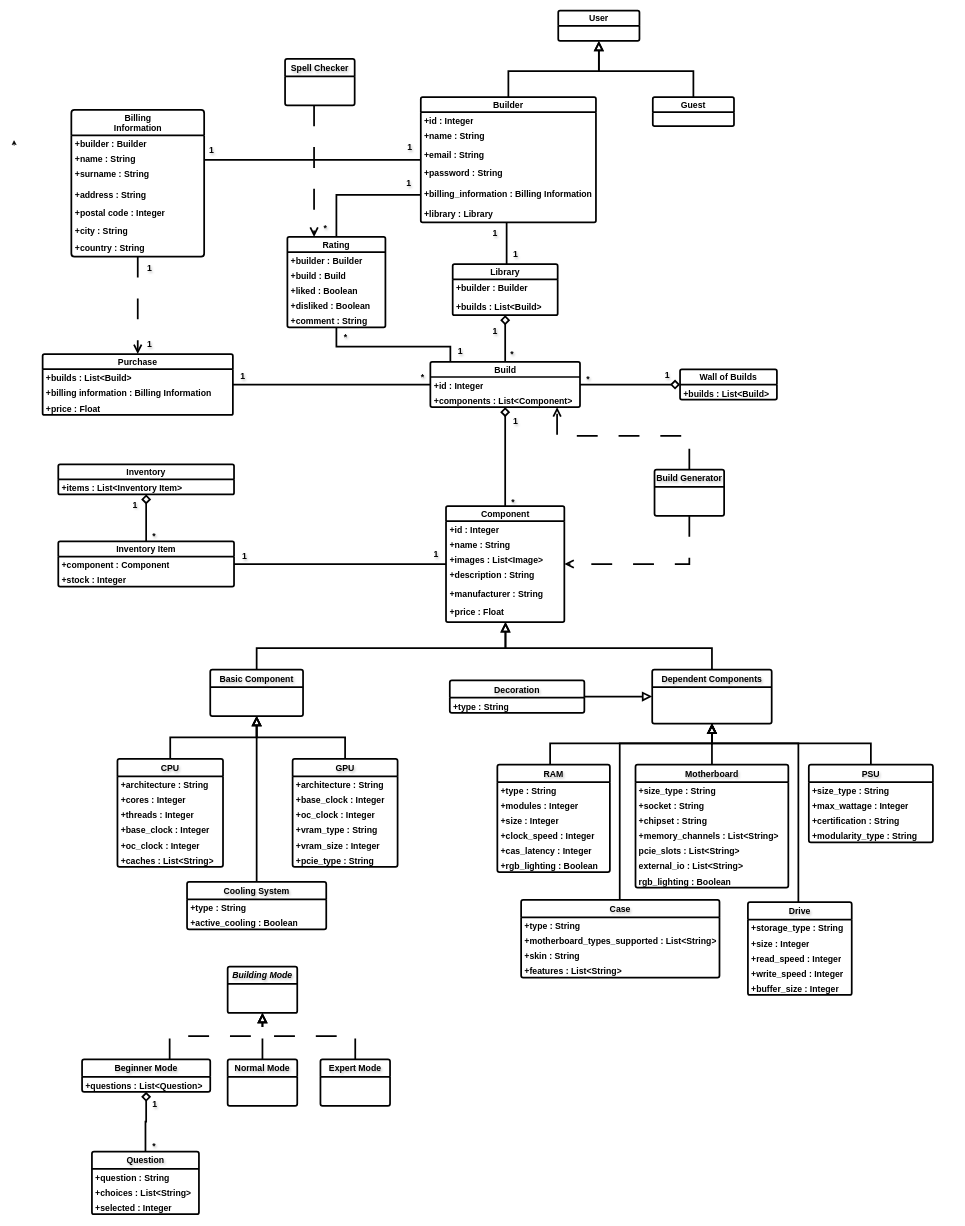
Before: Report Files/2ο Παραδοτέο/Domain Model v0.2/domain_model v0.2.drawio in mpapasterg/click-n-build, a draw.io diagram. Source tidied: cells renumbered, new cells numbered last; positions are measured from the earlier drawing's top-left corner, leaving out a move shared by most shapes. Both pictures are drawn from the tidied source at 58%, with x=0, y=0 at pixel (14, 10).
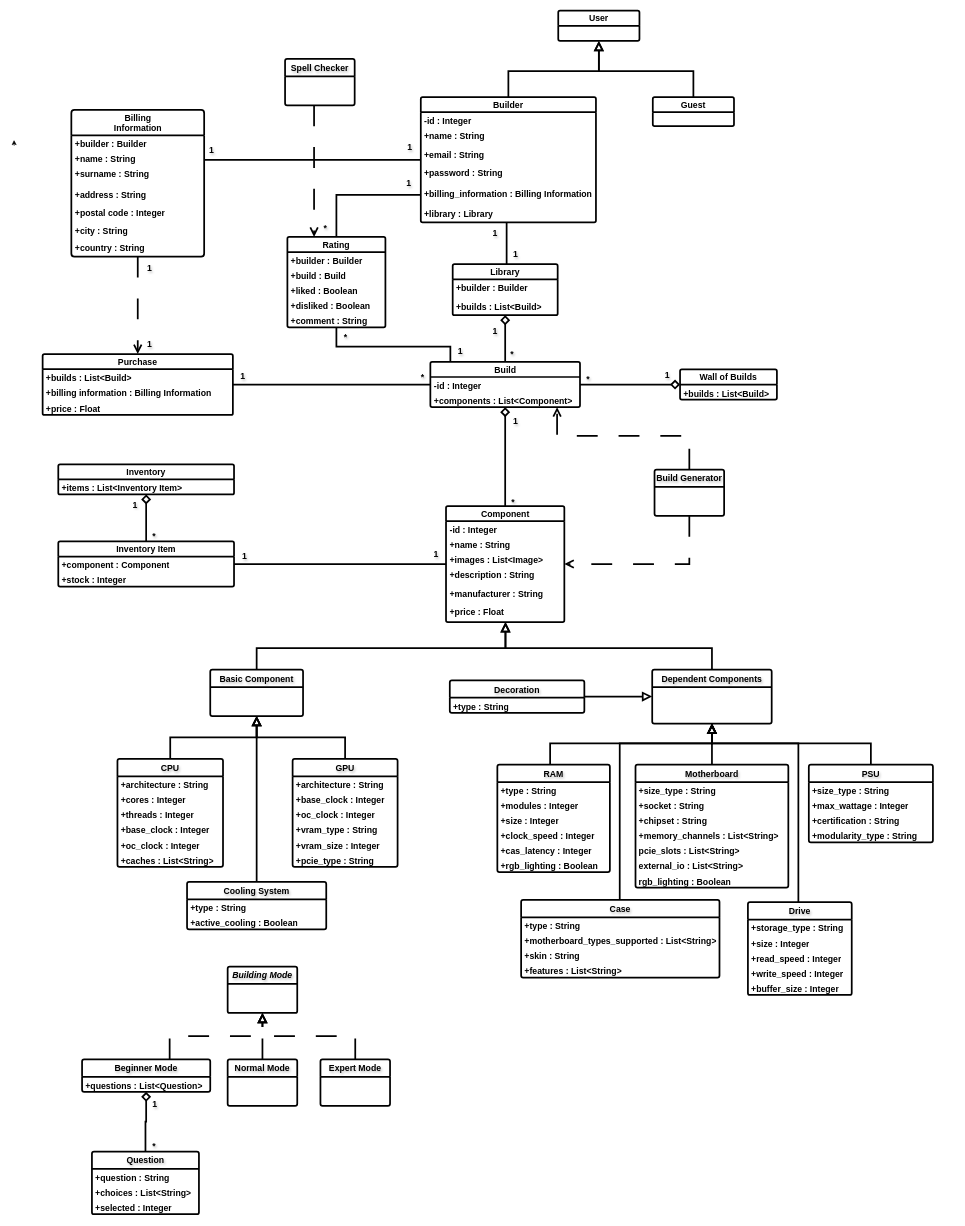
After the change.

Commit message:
attribute visibility changes for domain model

The change refers to these unchanged cells:
```xml
<mxCell id="5" value="Builder" style="swimlane;fontStyle=1;horizontal=1;startSize=26;fillColor=none;whiteSpace=wrap;html=1;rounded=1;shadow=0;dashed=0;strokeColor=#000000;strokeWidth=3;align=center;verticalAlign=middle;arcSize=4;fontFamily=Helvetica;fontSize=15;fontColor=#000000;labelBorderColor=none;labelBackgroundColor=none;" parent="1" vertex="1">
  <mxGeometry x="701" y="149" width="302" height="216" as="geometry" />
</mxCell>
<mxCell id="33" value="Build" style="swimlane;fontStyle=1;horizontal=1;startSize=26;fillColor=none;whiteSpace=wrap;html=1;rounded=1;shadow=0;dashed=0;strokeColor=#000000;strokeWidth=3;align=center;verticalAlign=middle;arcSize=4;fontFamily=Helvetica;fontSize=15;fontColor=#000000;labelBorderColor=none;labelBackgroundColor=none;" parent="1" vertex="1">
  <mxGeometry x="717.5" y="605.5" width="258" height="78" as="geometry" />
</mxCell>
<mxCell id="37" value="Component" style="swimlane;fontStyle=1;horizontal=1;startSize=26;fillColor=none;whiteSpace=wrap;html=1;rounded=1;shadow=0;dashed=0;strokeColor=#000000;strokeWidth=3;align=center;verticalAlign=middle;arcSize=4;fontFamily=Helvetica;fontSize=15;fontColor=#000000;labelBorderColor=none;labelBackgroundColor=none;" parent="1" vertex="1">
  <mxGeometry x="744.5" y="854" width="204" height="200" as="geometry" />
</mxCell>
```

What changed in the source:
```diff
@@
-    <mxCell id="6" value="+id : Integer" style="text;strokeColor=none;fillColor=none;align=left;verticalAlign=top;spacingLeft=4;spacingRight=4;overflow=hidden;whiteSpace=wrap;html=1;fontFamily=Helvetica;fontSize=15;fontColor=#000000;fontStyle=1;labelBorderColor=none;labelBackgroundColor=none;" parent="5" vertex="1">
+    <mxCell id="6" value="-id : Integer" style="text;strokeColor=none;fillColor=none;align=left;verticalAlign=top;spacingLeft=4;spacingRight=4;overflow=hidden;whiteSpace=wrap;html=1;fontFamily=Helvetica;fontSize=15;fontColor=#000000;fontStyle=1;labelBorderColor=none;labelBackgroundColor=none;" parent="5" vertex="1">
       <mxGeometry y="26" width="302" height="26" as="geometry" />
     </mxCell>
@@
-    <mxCell id="34" value="+id : Integer" style="text;strokeColor=none;fillColor=none;align=left;verticalAlign=top;spacingLeft=4;spacingRight=4;overflow=hidden;whiteSpace=wrap;html=1;fontFamily=Helvetica;fontSize=15;fontColor=#000000;fontStyle=1;labelBorderColor=none;labelBackgroundColor=none;" parent="33" vertex="1">
+    <mxCell id="34" value="-id : Integer" style="text;strokeColor=none;fillColor=none;align=left;verticalAlign=top;spacingLeft=4;spacingRight=4;overflow=hidden;whiteSpace=wrap;html=1;fontFamily=Helvetica;fontSize=15;fontColor=#000000;fontStyle=1;labelBorderColor=none;labelBackgroundColor=none;" parent="33" vertex="1">
       <mxGeometry y="26" width="258" height="26" as="geometry" />
     </mxCell>
@@
-    <mxCell id="38" value="+id : Integer" style="text;strokeColor=none;fillColor=none;align=left;verticalAlign=top;spacingLeft=4;spacingRight=4;overflow=hidden;whiteSpace=wrap;html=1;fontFamily=Helvetica;fontSize=15;fontColor=#000000;fontStyle=1;labelBorderColor=none;labelBackgroundColor=none;" parent="37" vertex="1">
+    <mxCell id="38" value="-id : Integer" style="text;strokeColor=none;fillColor=none;align=left;verticalAlign=top;spacingLeft=4;spacingRight=4;overflow=hidden;whiteSpace=wrap;html=1;fontFamily=Helvetica;fontSize=15;fontColor=#000000;fontStyle=1;labelBorderColor=none;labelBackgroundColor=none;" parent="37" vertex="1">
       <mxGeometry y="26" width="204" height="26" as="geometry" />
     </mxCell>
```
